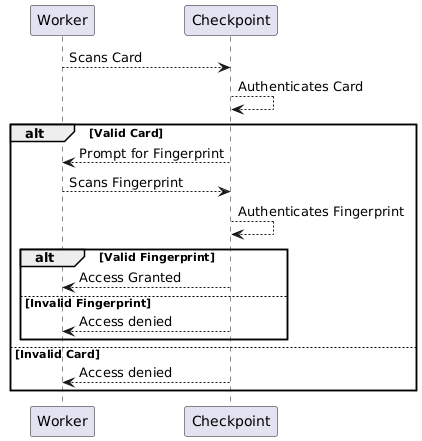
Before: docs/diagrams/sequence-diagrams/AuthenticationSequence.png, a diagram exported from PlantUML (kavvykav/TWIC-Project). The source it was exported from:
```plantuml
@startuml
Worker --> Checkpoint : Scans Card
Checkpoint --> Checkpoint : Authenticates Card
alt Valid Card
Checkpoint --> Worker : Prompt for Fingerprint
Worker --> Checkpoint : Scans Fingerprint
Checkpoint --> Checkpoint : Authenticates Fingerprint
alt Valid Fingerprint
Checkpoint --> Worker : Access Granted
else Invalid Fingerprint
Checkpoint --> Worker : Access denied
end
else Invalid Card
Checkpoint --> Worker : Access denied
end
@enduml
```
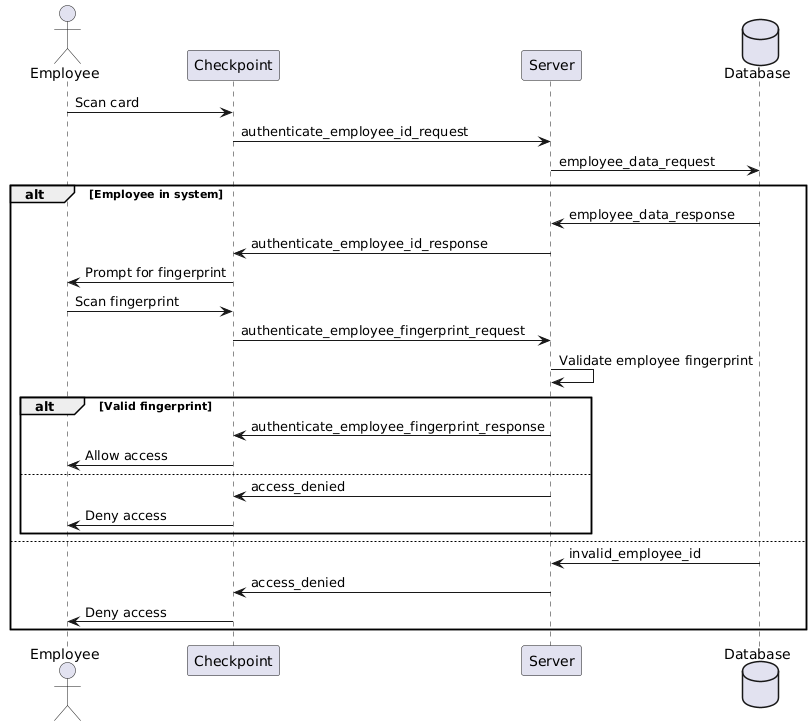
The same diagram one commit later.

Commit message:
updated sequence diagrams

Diff of the diagram source:
```diff
@@ -1,16 +1,28 @@
 @startuml
-Worker --> Checkpoint : Scans Card
-Checkpoint --> Checkpoint : Authenticates Card
-alt Valid Card
-Checkpoint --> Worker : Prompt for Fingerprint
-Worker --> Checkpoint : Scans Fingerprint
-Checkpoint --> Checkpoint : Authenticates Fingerprint
-alt Valid Fingerprint
-Checkpoint --> Worker : Access Granted
-else Invalid Fingerprint
-Checkpoint --> Worker : Access denied
+actor       Employee
+participant Checkpoint
+participant Server
+database    Database
+Employee -> Checkpoint: Scan card
+Checkpoint -> Server: authenticate_employee_id_request
+Server -> Database: employee_data_request
+alt Employee in system
+Database -> Server: employee_data_response
+Server -> Checkpoint: authenticate_employee_id_response
+Checkpoint -> Employee: Prompt for fingerprint
+Employee -> Checkpoint: Scan fingerprint
+Checkpoint -> Server: authenticate_employee_fingerprint_request
+Server -> Server: Validate employee fingerprint
+alt Valid fingerprint
+Server -> Checkpoint: authenticate_employee_fingerprint_response
+Checkpoint -> Employee: Allow access
+else
+Server -> Checkpoint: access_denied
+Checkpoint -> Employee: Deny access
 end
-else Invalid Card
-Checkpoint --> Worker : Access denied
+else
+Database-> Server: invalid_employee_id
+Server -> Checkpoint: access_denied
+Checkpoint -> Employee: Deny access
 end
 @enduml
```
